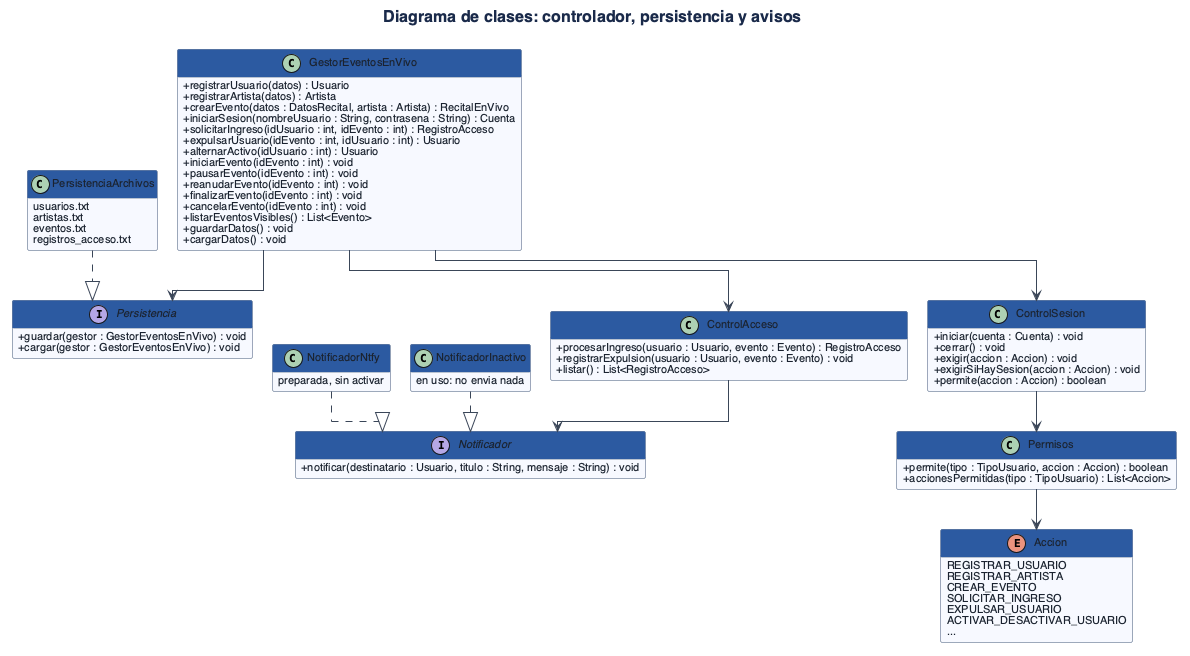
Earlier version of the PlantUML export TP/Grupo9_POO_Diagramas_Pdf/imagenes/clases-controlador.png (lferraro1103/Proceso-de-desarrollo-de-sosftware).
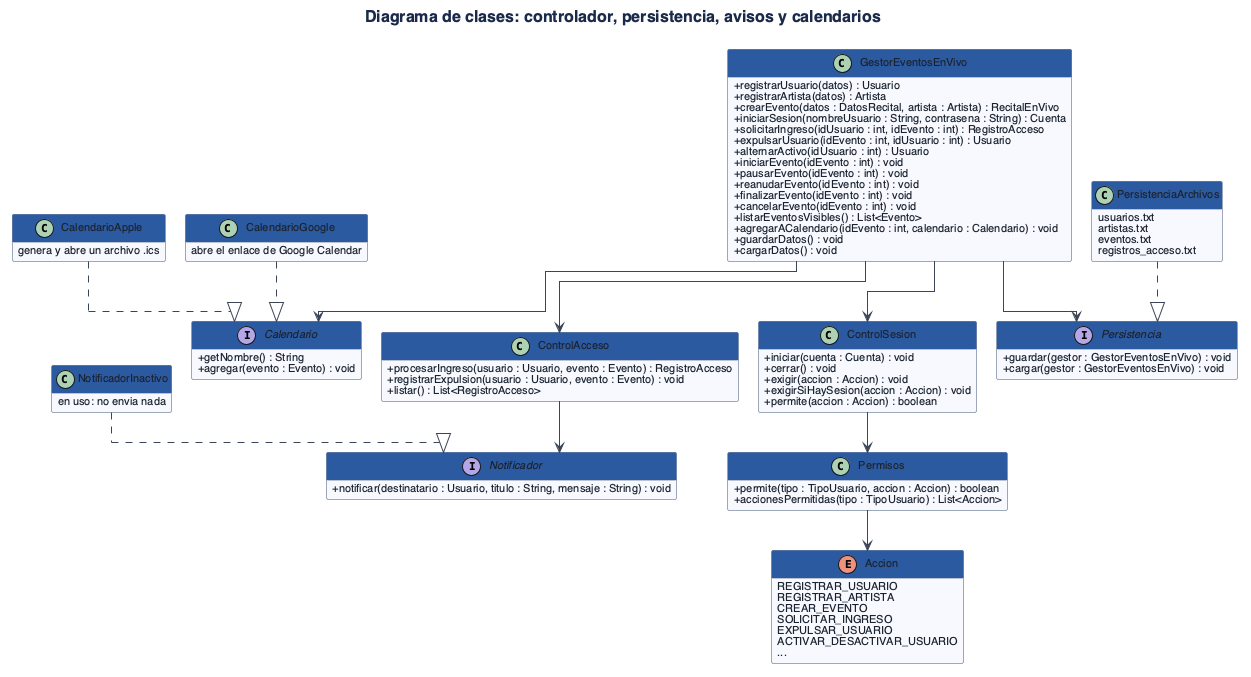
The same file after the commit.

Diff of the diagram source:
```diff
@@ -1,6 +1,6 @@
 @startuml
 !include estilo.iuml
-title Diagrama de clases: controlador, persistencia y avisos
+title Diagrama de clases: controlador, persistencia, avisos y calendarios
 
 class GestorEventosEnVivo {
   +registrarUsuario(datos) : Usuario
@@ -16,6 +16,7 @@
   +finalizarEvento(idEvento : int) : void
   +cancelarEvento(idEvento : int) : void
   +listarEventosVisibles() : List<Evento>
+  +agregarACalendario(idEvento : int, calendario : Calendario) : void
   +guardarDatos() : void
   +cargarDatos() : void
 }
@@ -58,6 +59,11 @@
   +notificar(destinatario : Usuario, titulo : String, mensaje : String) : void
 }
 
+interface Calendario {
+  +getNombre() : String
+  +agregar(evento : Evento) : void
+}
+
 class PersistenciaArchivos {
   usuarios.txt
   artistas.txt
@@ -69,17 +75,23 @@
   en uso: no envia nada
 }
 
-class NotificadorNtfy {
-  preparada, sin activar
+class CalendarioGoogle {
+  abre el enlace de Google Calendar
+}
+
+class CalendarioApple {
+  genera y abre un archivo .ics
 }
 
 GestorEventosEnVivo --> ControlAcceso
 GestorEventosEnVivo --> ControlSesion
 GestorEventosEnVivo --> Persistencia
+GestorEventosEnVivo --> Calendario
 ControlAcceso --> Notificador
 ControlSesion --> Permisos
 Permisos --> Accion
 PersistenciaArchivos ..|> Persistencia
 NotificadorInactivo ..|> Notificador
-NotificadorNtfy ..|> Notificador
+CalendarioGoogle ..|> Calendario
+CalendarioApple ..|> Calendario
 @enduml
```
